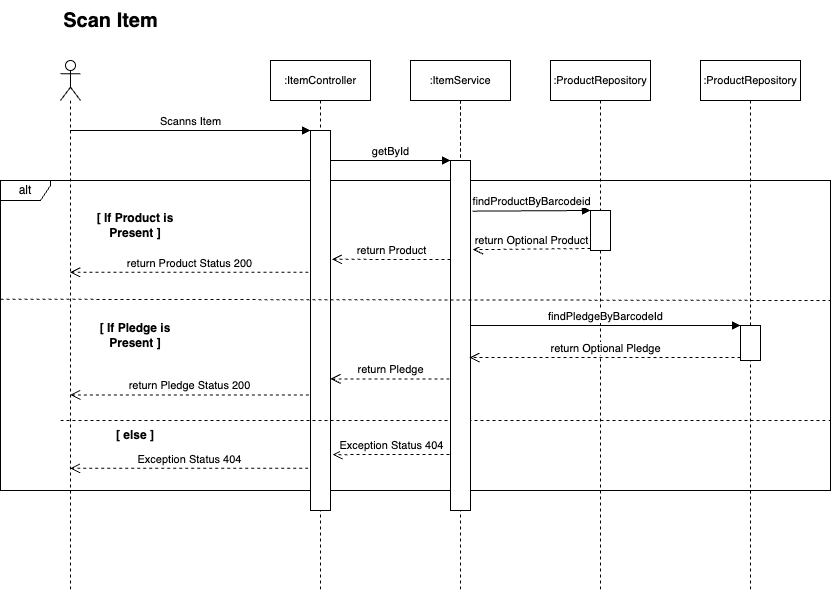
Earlier version of the draw.io export diagrams/getByBarcodeId.drawio.png (SE-2-Wuhler/cash-register-system). Source tidied: cells renumbered, new cells last; positions are measured from the earlier drawing's top-left corner, leaving out a move shared by most shapes. Its diagram source:
```xml
<mxGraphModel>
  <root>
    <mxCell id="0" />
    <mxCell id="1" parent="0" />
    <mxCell id="2" value="alt" style="shape=umlFrame;whiteSpace=wrap;html=1;width=50;height=20;" parent="1" vertex="1">
      <mxGeometry y="180" width="830" height="310" as="geometry" />
    </mxCell>
    <mxCell id="3" value=":Object" style="shape=umlLifeline;perimeter=lifelinePerimeter;whiteSpace=wrap;html=1;" parent="1" vertex="1">
      <mxGeometry x="410" y="60" width="100" height="300" as="geometry" />
    </mxCell>
    <mxCell id="4" value="&lt;font style=&quot;font-size: 11px;&quot;&gt;:ItemController&lt;/font&gt;" style="shape=umlLifeline;perimeter=lifelinePerimeter;whiteSpace=wrap;html=1;" parent="1" vertex="1">
      <mxGeometry x="270" y="60" width="100" height="530" as="geometry" />
    </mxCell>
    <mxCell id="5" style="html=1;points=[];perimeter=orthogonalPerimeter;" parent="4" vertex="1">
      <mxGeometry x="40" y="70" width="20" height="380" as="geometry" />
    </mxCell>
    <mxCell id="6" style="endArrow=none;dashed=1;html=1;exitX=0;exitY=0.383;exitDx=0;exitDy=0;exitPerimeter=0;" parent="4" edge="1">
      <mxGeometry relative="1" as="geometry">
        <mxPoint x="-210" y="360" as="sourcePoint" />
        <mxPoint x="560" y="360" as="targetPoint" />
      </mxGeometry>
    </mxCell>
    <mxCell id="7" value="&lt;font style=&quot;font-size: 11px;&quot;&gt;:ItemService&lt;/font&gt;" style="shape=umlLifeline;perimeter=lifelinePerimeter;whiteSpace=wrap;html=1;" parent="1" vertex="1">
      <mxGeometry x="410" y="60" width="100" height="530" as="geometry" />
    </mxCell>
    <mxCell id="8" style="html=1;points=[];perimeter=orthogonalPerimeter;" parent="7" vertex="1">
      <mxGeometry x="40" y="100" width="20" height="350" as="geometry" />
    </mxCell>
    <mxCell id="9" value="&lt;font style=&quot;font-size: 11px;&quot;&gt;:ProductRepository&lt;/font&gt;" style="shape=umlLifeline;perimeter=lifelinePerimeter;whiteSpace=wrap;html=1;" parent="1" vertex="1">
      <mxGeometry x="550" y="60" width="100" height="530" as="geometry" />
    </mxCell>
    <mxCell id="10" style="html=1;points=[];perimeter=orthogonalPerimeter;" parent="9" vertex="1">
      <mxGeometry x="40" y="150" width="20" height="40" as="geometry" />
    </mxCell>
    <mxCell id="11" style="shape=umlLifeline;participant=umlActor;perimeter=lifelinePerimeter;whiteSpace=wrap;html=1;verticalAlign=top;spacingTop=36;outlineConnect=0;" parent="1" vertex="1">
      <mxGeometry x="60" y="60" width="20" height="530" as="geometry" />
    </mxCell>
    <mxCell id="12" value="Scanns Item" style="html=1;verticalAlign=bottom;endArrow=block;entryX=0;entryY=0;" parent="1" edge="1" source="11" target="5">
      <mxGeometry relative="1" as="geometry" />
    </mxCell>
    <mxCell id="13" value="getById" style="html=1;verticalAlign=bottom;endArrow=block;entryX=0;entryY=0;" parent="1" edge="1" target="8">
      <mxGeometry relative="1" as="geometry">
        <mxPoint x="330" y="160" as="sourcePoint" />
      </mxGeometry>
    </mxCell>
    <mxCell id="14" value="&lt;font style=&quot;font-size: 11px;&quot;&gt;:ProductRepository&lt;/font&gt;" style="shape=umlLifeline;perimeter=lifelinePerimeter;whiteSpace=wrap;html=1;" parent="1" vertex="1">
      <mxGeometry x="700" y="60" width="100" height="530" as="geometry" />
    </mxCell>
    <mxCell id="15" style="html=1;points=[];perimeter=orthogonalPerimeter;" parent="14" vertex="1">
      <mxGeometry x="40" y="265" width="20" height="35" as="geometry" />
    </mxCell>
    <mxCell id="16" value="findPledgeByBarcodeId" style="html=1;verticalAlign=bottom;endArrow=block;entryX=0;entryY=0;" parent="14" edge="1" target="15">
      <mxGeometry relative="1" as="geometry">
        <mxPoint x="-230" y="265" as="sourcePoint" />
      </mxGeometry>
    </mxCell>
    <mxCell id="17" value="return Optional Product" style="html=1;verticalAlign=bottom;endArrow=open;dashed=1;endSize=8;exitX=0;exitY=0.95;entryX=1.124;entryY=0.169;entryDx=0;entryDy=0;entryPerimeter=0;" parent="1" edge="1" source="10">
      <mxGeometry relative="1" as="geometry">
        <mxPoint x="472.5" y="249.2" as="targetPoint" />
      </mxGeometry>
    </mxCell>
    <mxCell id="18" value="findProductByBarcodeid" style="html=1;verticalAlign=bottom;endArrow=block;entryX=0;entryY=0;exitX=1.095;exitY=0.059;exitDx=0;exitDy=0;exitPerimeter=0;" parent="1" edge="1" target="10">
      <mxGeometry x="-0.01" relative="1" as="geometry">
        <mxPoint x="471.9" y="210.7" as="sourcePoint" />
      </mxGeometry>
    </mxCell>
    <mxCell id="19" value="return Product" style="html=1;verticalAlign=bottom;endArrow=open;dashed=1;endSize=8;entryX=1.066;entryY=0.339;entryDx=0;entryDy=0;entryPerimeter=0;" parent="1" edge="1" target="5">
      <mxGeometry relative="1" as="geometry">
        <mxPoint x="450" y="259" as="sourcePoint" />
      </mxGeometry>
    </mxCell>
    <mxCell id="20" value="return Pledge" style="html=1;verticalAlign=bottom;endArrow=open;dashed=1;endSize=8;exitX=-0.05;exitY=0.624;exitDx=0;exitDy=0;exitPerimeter=0;" parent="1" edge="1" source="8" target="5">
      <mxGeometry relative="1" as="geometry" />
    </mxCell>
    <mxCell id="21" value="Exception Status 404" style="html=1;verticalAlign=bottom;endArrow=open;dashed=1;endSize=8;exitX=-0.05;exitY=0.84;exitDx=0;exitDy=0;exitPerimeter=0;entryX=1.106;entryY=0.853;entryDx=0;entryDy=0;entryPerimeter=0;" parent="1" edge="1" source="8" target="5">
      <mxGeometry relative="1" as="geometry" />
    </mxCell>
    <mxCell id="22" value="&lt;b&gt;[ If Product is Present ]&lt;/b&gt;" style="text;html=1;strokeColor=none;fillColor=none;align=center;verticalAlign=middle;whiteSpace=wrap;rounded=0;" parent="1" vertex="1">
      <mxGeometry x="90" y="210" width="90" height="30" as="geometry" />
    </mxCell>
    <mxCell id="23" value="&lt;b&gt;[ If Pledge is Present ]&lt;/b&gt;" style="text;html=1;strokeColor=none;fillColor=none;align=center;verticalAlign=middle;whiteSpace=wrap;rounded=0;" parent="1" vertex="1">
      <mxGeometry x="90" y="320" width="90" height="30" as="geometry" />
    </mxCell>
    <mxCell id="24" value="&lt;b&gt;[ else ]&lt;/b&gt;" style="text;html=1;strokeColor=none;fillColor=none;align=center;verticalAlign=middle;whiteSpace=wrap;rounded=0;" parent="1" vertex="1">
      <mxGeometry x="90" y="420" width="90" height="30" as="geometry" />
    </mxCell>
    <mxCell id="25" value="return Product Status 200" style="html=1;verticalAlign=bottom;endArrow=open;dashed=1;endSize=8;exitX=-0.102;exitY=0.373;exitDx=0;exitDy=0;exitPerimeter=0;" parent="1" edge="1" source="5" target="11">
      <mxGeometry relative="1" as="geometry" />
    </mxCell>
    <mxCell id="26" value="return Pledge Status 200" style="html=1;verticalAlign=bottom;endArrow=open;dashed=1;endSize=8;exitX=-0.081;exitY=0.696;exitDx=0;exitDy=0;exitPerimeter=0;" parent="1" edge="1" source="5" target="11">
      <mxGeometry relative="1" as="geometry" />
    </mxCell>
    <mxCell id="27" value="Exception Status 404" style="html=1;verticalAlign=bottom;endArrow=open;dashed=1;endSize=8;exitX=-0.113;exitY=0.889;exitDx=0;exitDy=0;exitPerimeter=0;" parent="1" edge="1" source="5" target="11">
      <mxGeometry relative="1" as="geometry" />
    </mxCell>
    <mxCell id="28" style="endArrow=none;dashed=1;html=1;exitX=0;exitY=0.383;exitDx=0;exitDy=0;exitPerimeter=0;" parent="1" edge="1" source="2">
      <mxGeometry relative="1" as="geometry">
        <mxPoint x="830" y="300" as="targetPoint" />
      </mxGeometry>
    </mxCell>
    <mxCell id="29" value="return Optional Pledge" style="html=1;verticalAlign=bottom;endArrow=open;dashed=1;endSize=8;entryX=0.95;entryY=0.563;entryDx=0;entryDy=0;entryPerimeter=0;" parent="1" edge="1" source="15" target="8">
      <mxGeometry relative="1" as="geometry" />
    </mxCell>
    <mxCell id="30" value="&lt;b&gt;&lt;font style=&quot;font-size: 20px;&quot;&gt;Scan Item&lt;/font&gt;&lt;/b&gt;" style="text;html=1;align=center;verticalAlign=middle;strokeColor=none;fillColor=none;fontSize=11;" parent="1" vertex="1">
      <mxGeometry x="50" width="120" height="40" as="geometry" />
    </mxCell>
  </root>
</mxGraphModel>
```
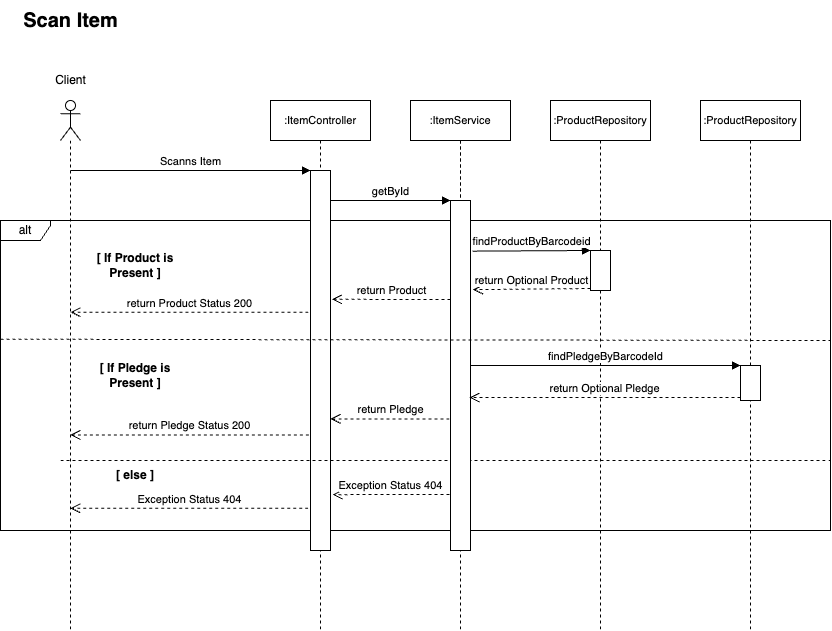
After the commit.

Diff of the diagram source:
```diff
@@ -102,7 +102,10 @@
       <mxGeometry relative="1" as="geometry" />
     </mxCell>
     <mxCell id="30" value="&lt;b&gt;&lt;font style=&quot;font-size: 20px;&quot;&gt;Scan Item&lt;/font&gt;&lt;/b&gt;" style="text;html=1;align=center;verticalAlign=middle;strokeColor=none;fillColor=none;fontSize=11;" parent="1" vertex="1">
-      <mxGeometry x="50" width="120" height="40" as="geometry" />
+      <mxGeometry x="10" y="-40" width="120" height="40" as="geometry" />
     </mxCell>
+    <mxCell id="31" value="Client" style="text;html=1;align=center;verticalAlign=middle;strokeColor=none;fillColor=none;" parent="1" vertex="1">
+      <mxGeometry x="45" y="25" width="50" height="30" as="geometry" />
+    </mxCell>
   </root>
 </mxGraphModel>
```
